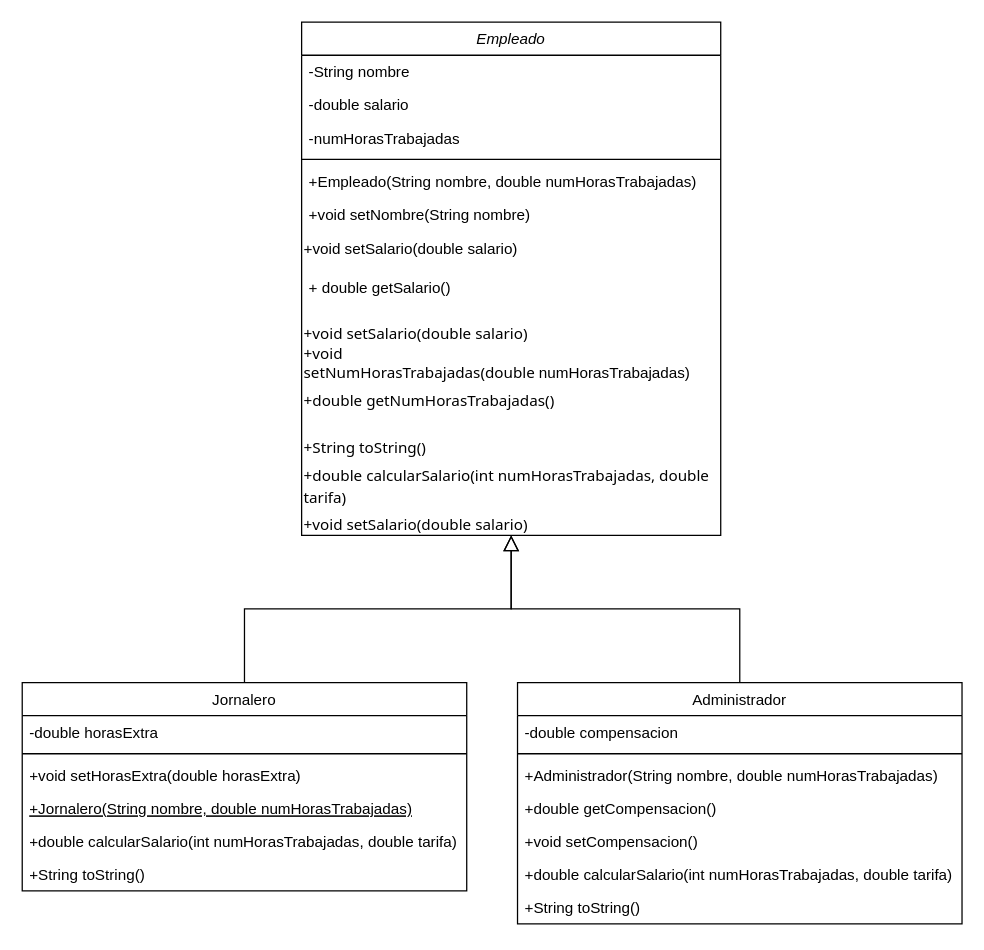
This is Nomina.drawio from uadyfmat/nomina-Daniel-Pliego, a draw.io file, before an edit. Source tidied: cells renumbered, new cells numbered last; positions are measured from the earlier drawing's top-left corner, leaving out a move shared by most shapes. Both pictures are drawn from the tidied source at 127%, with x=0, y=0 at pixel (22, 22).
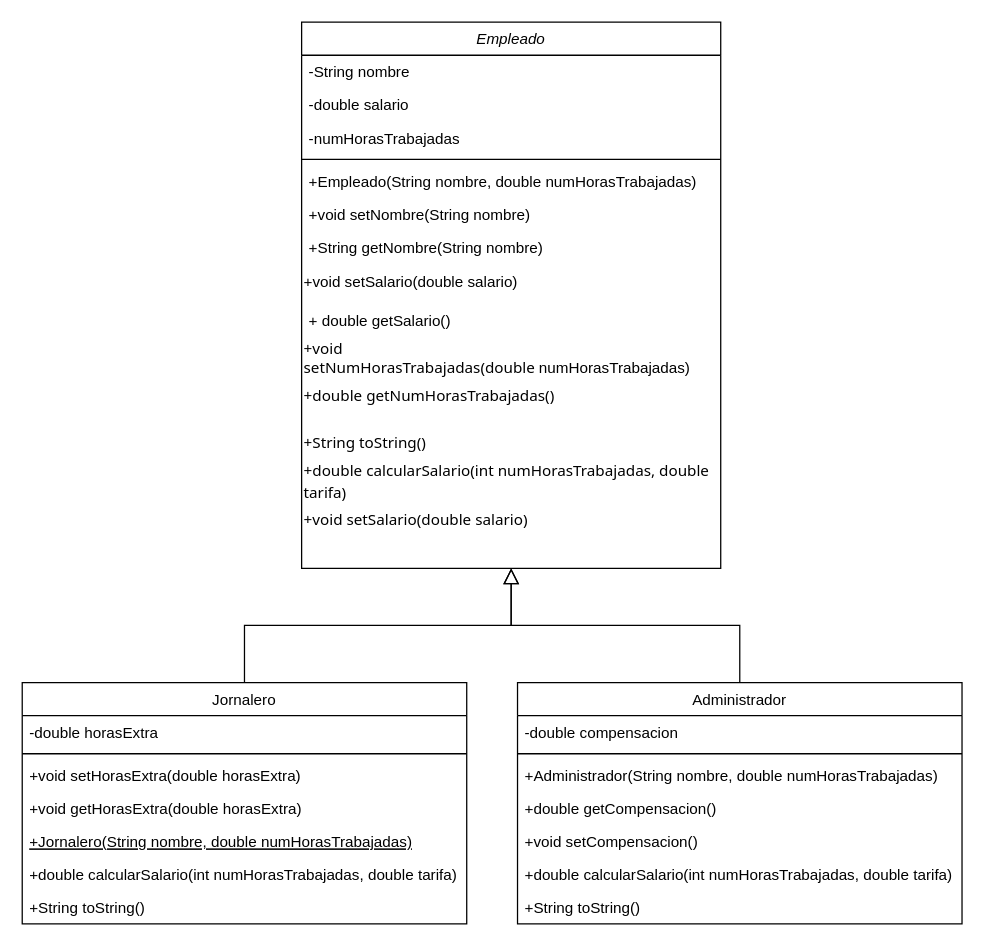
The same page after the edit.

The edit, as a diff of the source:
```diff
@@
     <mxCell id="2" value="Empleado" style="swimlane;fontStyle=2;align=center;verticalAlign=top;horizontal=1;startSize=26;rounded=0;shadow=0;strokeWidth=1;" parent="1" vertex="1">
-      <mxGeometry x="220" width="330" height="404" as="geometry" />
+      <mxGeometry x="220" width="330" height="430" as="geometry" />
     </mxCell>
@@
+    <mxCell id="34" value="+String getNombre(String nombre)" style="text;align=left;verticalAlign=top;spacingLeft=4;spacingRight=4;overflow=hidden;" parent="2" vertex="1">
+      <mxGeometry y="164" width="330" height="26" as="geometry" />
+    </mxCell>
     <mxCell id="9" value="+void setSalario(double salario)" style="text;html=1;strokeColor=none;fillColor=none;align=left;verticalAlign=middle;whiteSpace=wrap;rounded=0;" parent="2" vertex="1">
-      <mxGeometry y="164" width="330" height="30" as="geometry" />
+      <mxGeometry y="190" width="330" height="30" as="geometry" />
     </mxCell>
     <mxCell id="10" value="+ double getSalario()" style="text;strokeColor=none;fillColor=none;align=left;verticalAlign=middle;spacingLeft=4;spacingRight=4;overflow=hidden;" parent="2" vertex="1">
-      <mxGeometry y="194" width="330" height="30" as="geometry" />
+      <mxGeometry y="220" width="330" height="30" as="geometry" />
     </mxCell>
-    <mxCell id="11" value="&lt;p class=&quot;MsoNormal&quot; style=&quot;margin-bottom: 0cm ; line-height: normal&quot;&gt;&lt;span lang=&quot;EN-US&quot;&gt;&lt;font face=&quot;Tahoma&quot; style=&quot;font-size: 12px&quot;&gt;+void setSalario(double salario)&lt;/font&gt;&lt;/span&gt;&lt;/p&gt;" style="text;html=1;strokeColor=none;fillColor=none;align=left;verticalAlign=middle;whiteSpace=wrap;rounded=0;" parent="2" vertex="1">
-      <mxGeometry y="224" width="330" height="30" as="geometry" />
-    </mxCell>
     <mxCell id="12" value="&lt;div style=&quot;font-family: &amp;#34;tahoma&amp;#34;&quot;&gt;+void setNumHorasTrabajadas(double&amp;nbsp;&lt;span style=&quot;font-family: &amp;#34;helvetica&amp;#34;&quot;&gt;numHorasTrabajadas)&lt;/span&gt;&lt;/div&gt;" style="text;html=1;strokeColor=none;fillColor=none;align=left;verticalAlign=middle;whiteSpace=wrap;rounded=0;" parent="2" vertex="1">
-      <mxGeometry y="254" width="330" height="30" as="geometry" />
+      <mxGeometry y="250" width="330" height="30" as="geometry" />
     </mxCell>
     <mxCell id="13" value="&lt;div style=&quot;font-family: &amp;#34;tahoma&amp;#34;&quot;&gt;&lt;span style=&quot;font-family: &amp;#34;tahoma&amp;#34;&quot;&gt;+&lt;/span&gt;&lt;span style=&quot;font-family: &amp;#34;tahoma&amp;#34;&quot;&gt;double getNumHorasTrabajadas()&lt;/span&gt;&lt;br&gt;&lt;/div&gt;" style="text;html=1;strokeColor=none;fillColor=none;align=left;verticalAlign=middle;whiteSpace=wrap;rounded=0;" parent="2" vertex="1">
-      <mxGeometry y="284" width="330" height="30" as="geometry" />
+      <mxGeometry y="280" width="330" height="30" as="geometry" />
     </mxCell>
     <mxCell id="14" value="&lt;p class=&quot;MsoNormal&quot; style=&quot;margin-bottom: 0cm ; line-height: normal&quot;&gt;&lt;span style=&quot;font-family: &amp;#34;tahoma&amp;#34;&quot;&gt;+&lt;/span&gt;&lt;span style=&quot;font-family: &amp;#34;tahoma&amp;#34;&quot;&gt;String toString()&lt;/span&gt;&lt;br&gt;&lt;/p&gt;" style="text;html=1;strokeColor=none;fillColor=none;align=left;verticalAlign=middle;whiteSpace=wrap;rounded=0;" parent="2" vertex="1">
-      <mxGeometry y="314" width="330" height="30" as="geometry" />
+      <mxGeometry y="310" width="330" height="30" as="geometry" />
     </mxCell>
     <mxCell id="15" value="&lt;p class=&quot;MsoNormal&quot; style=&quot;margin-bottom: 0cm ; line-height: normal&quot;&gt;&lt;span style=&quot;font-family: &amp;#34;tahoma&amp;#34; ; text-align: center&quot;&gt;+&lt;/span&gt;&lt;span style=&quot;font-family: &amp;#34;tahoma&amp;#34; ; text-align: center&quot;&gt;double calcularSalario(int numHorasTrabajadas, double&lt;br&gt;tarifa)&lt;/span&gt;&lt;br&gt;&lt;/p&gt;" style="text;html=1;strokeColor=none;fillColor=none;align=left;verticalAlign=middle;whiteSpace=wrap;rounded=0;" parent="2" vertex="1">
-      <mxGeometry y="344" width="330" height="30" as="geometry" />
+      <mxGeometry y="340" width="330" height="30" as="geometry" />
     </mxCell>
     <mxCell id="16" value="&lt;p class=&quot;MsoNormal&quot; style=&quot;margin-bottom: 0cm ; line-height: normal&quot;&gt;&lt;span lang=&quot;EN-US&quot;&gt;&lt;font face=&quot;Tahoma&quot; style=&quot;font-size: 12px&quot;&gt;+void setSalario(double salario)&lt;/font&gt;&lt;/span&gt;&lt;/p&gt;" style="text;html=1;strokeColor=none;fillColor=none;align=left;verticalAlign=middle;whiteSpace=wrap;rounded=0;" parent="2" vertex="1">
-      <mxGeometry y="374" width="330" height="30" as="geometry" />
+      <mxGeometry y="370" width="330" height="30" as="geometry" />
     </mxCell>
     <mxCell id="17" value="Jornalero" style="swimlane;fontStyle=0;align=center;verticalAlign=top;horizontal=1;startSize=26;rounded=0;shadow=0;strokeWidth=1;" parent="1" vertex="1">
-      <mxGeometry y="520" width="350" height="164" as="geometry" />
+      <mxGeometry y="520" width="350" height="190" as="geometry" />
     </mxCell>
@@
+    <mxCell id="35" value="+void getHorasExtra(double horasExtra)" style="text;align=left;verticalAlign=top;spacingLeft=4;spacingRight=4;overflow=hidden;rounded=0;shadow=0;html=0;" parent="17" vertex="1">
+      <mxGeometry y="86" width="350" height="26" as="geometry" />
+    </mxCell>
     <mxCell id="21" value="+Jornalero(String nombre, double numHorasTrabajadas)" style="text;align=left;verticalAlign=top;spacingLeft=4;spacingRight=4;overflow=hidden;fontStyle=4;" parent="17" vertex="1">
-      <mxGeometry y="86" width="350" height="26" as="geometry" />
+      <mxGeometry y="112" width="350" height="26" as="geometry" />
     </mxCell>
     <mxCell id="22" value="+double calcularSalario(int numHorasTrabajadas, double tarifa)" style="text;align=left;verticalAlign=top;spacingLeft=4;spacingRight=4;overflow=hidden;" parent="17" vertex="1">
-      <mxGeometry y="112" width="350" height="26" as="geometry" />
+      <mxGeometry y="138" width="350" height="26" as="geometry" />
     </mxCell>
     <mxCell id="23" value="+String toString()" style="text;align=left;verticalAlign=top;spacingLeft=4;spacingRight=4;overflow=hidden;" parent="17" vertex="1">
-      <mxGeometry y="138" width="350" height="26" as="geometry" />
+      <mxGeometry y="164" width="350" height="26" as="geometry" />
     </mxCell>
```
